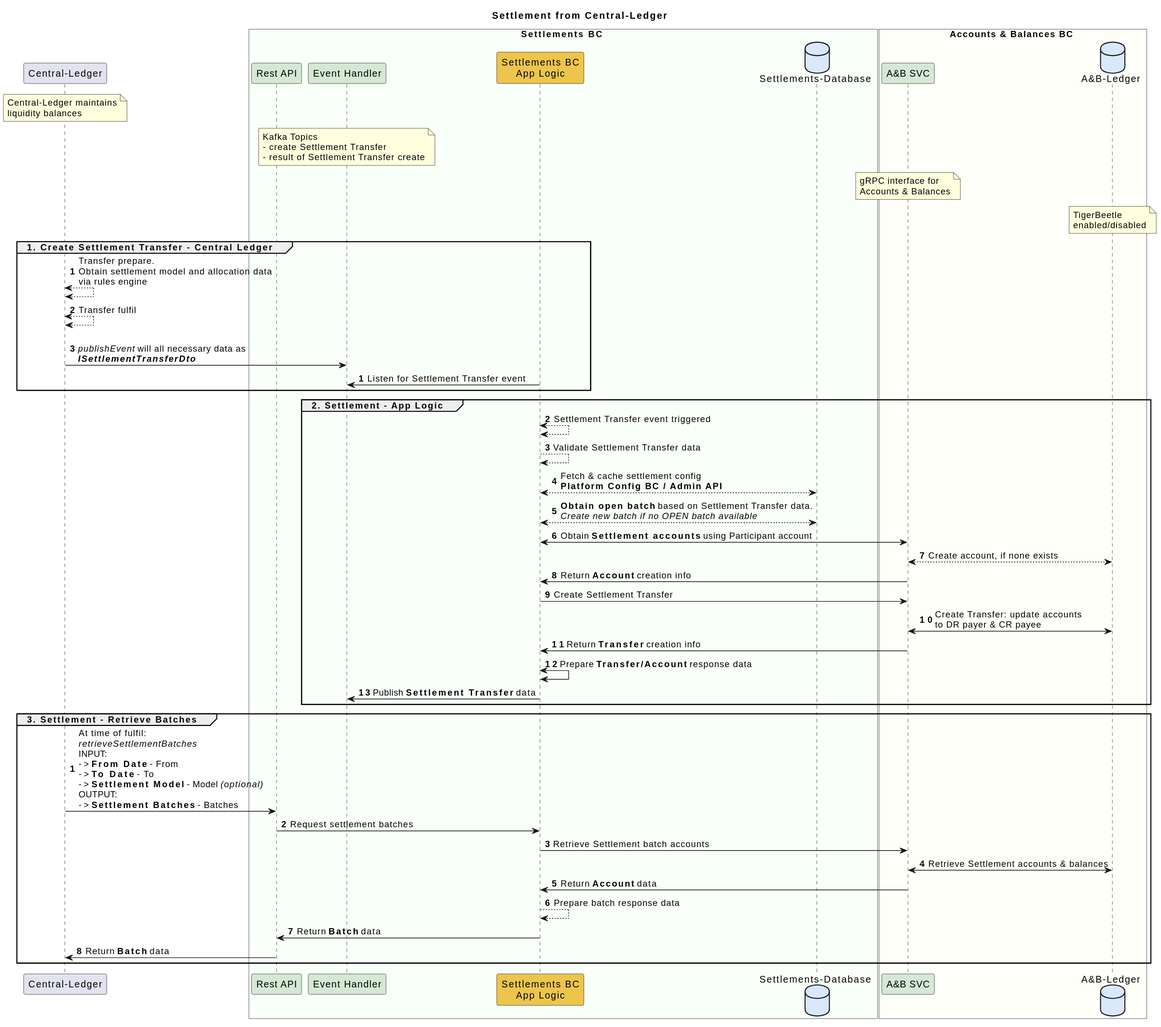
This is docs/flows/01-settlement-transfer-cl.svg from mojaloop/settlements-bc, a PlantUML export, as it was before one commit.
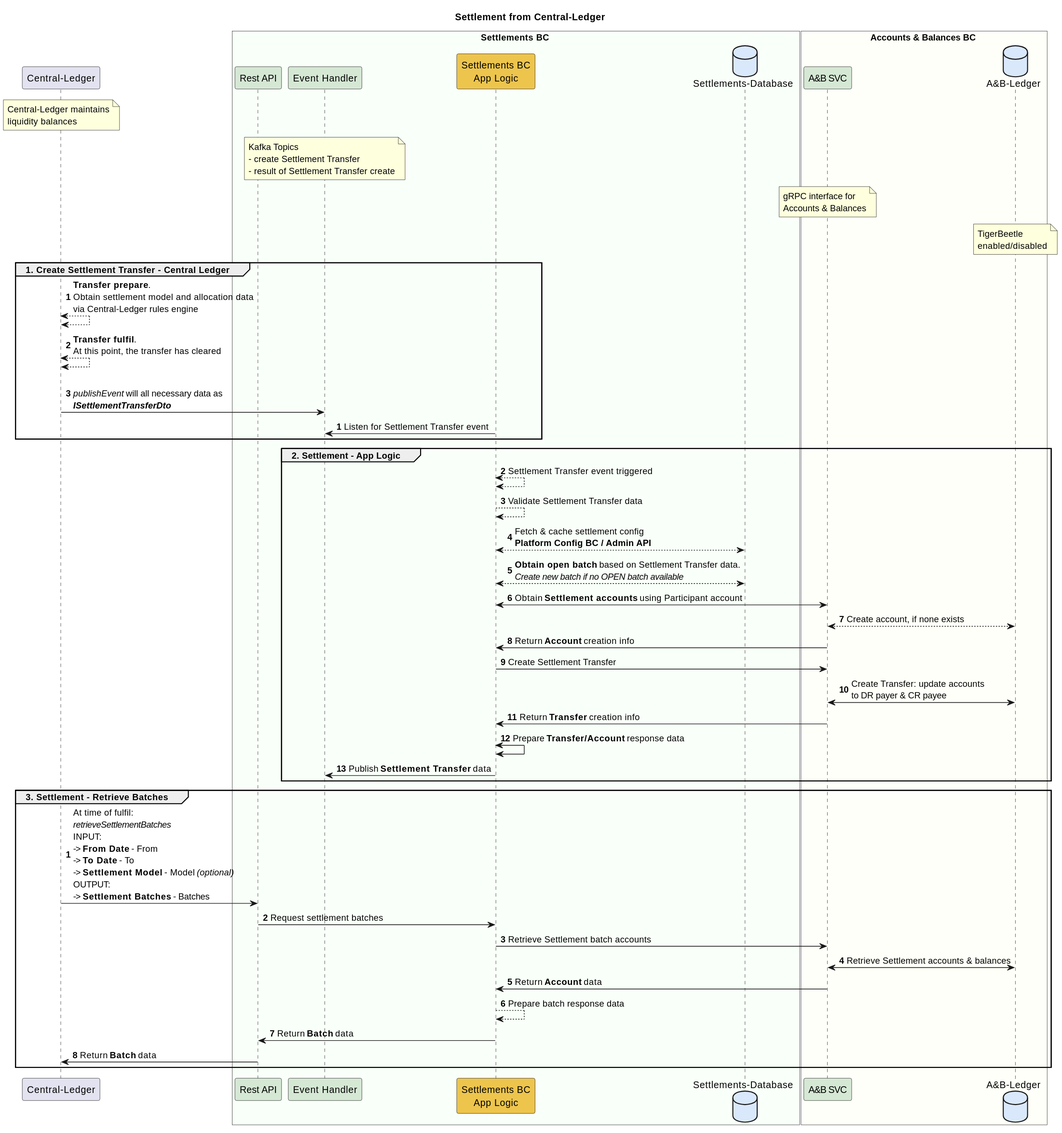
Later version of the same file.

The edit, as a diff of the source:
```diff
@@ -34,8 +34,8 @@
 
 group 1. Create Settlement Transfer - Central Ledger
 autonumber
-    ext_cl <--> ext_cl : Transfer prepare. \nObtain settlement model and allocation data\nvia rules engine
-    ext_cl <--> ext_cl : Transfer fulfil
+    ext_cl <--> ext_cl : **Transfer prepare**. \nObtain settlement model and allocation data\nvia Central-Ledger rules engine
+    ext_cl <--> ext_cl : **Transfer fulfil**. \nAt this point, the transfer has cleared
     ext_cl -> sbc_event : \n//publishEvent// will all necessary data as\n**//ISettlementTransferDto//**
 autonumber
     sbc_app_logic -> sbc_event : Listen for Settlement Transfer event
```
